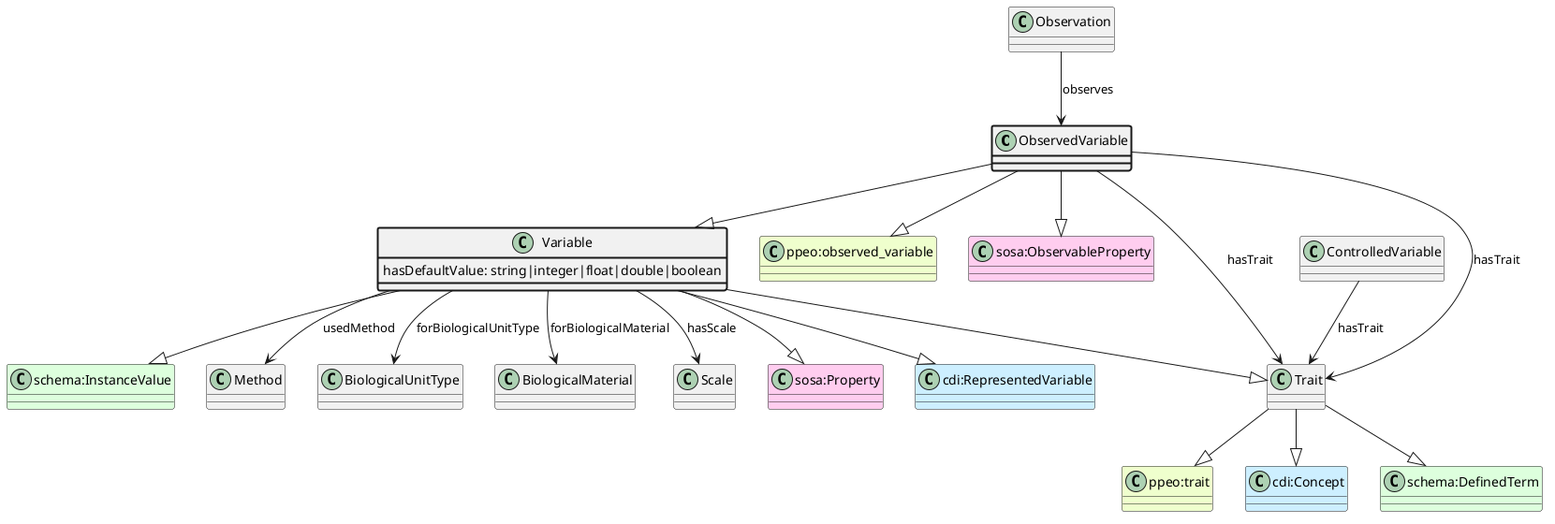
aus-plant-phenomics-network/appn-schema keeps this PlantUML diagram as ttl_uml/ttl_appn_ObservedVariable.png. Above is the earlier version.
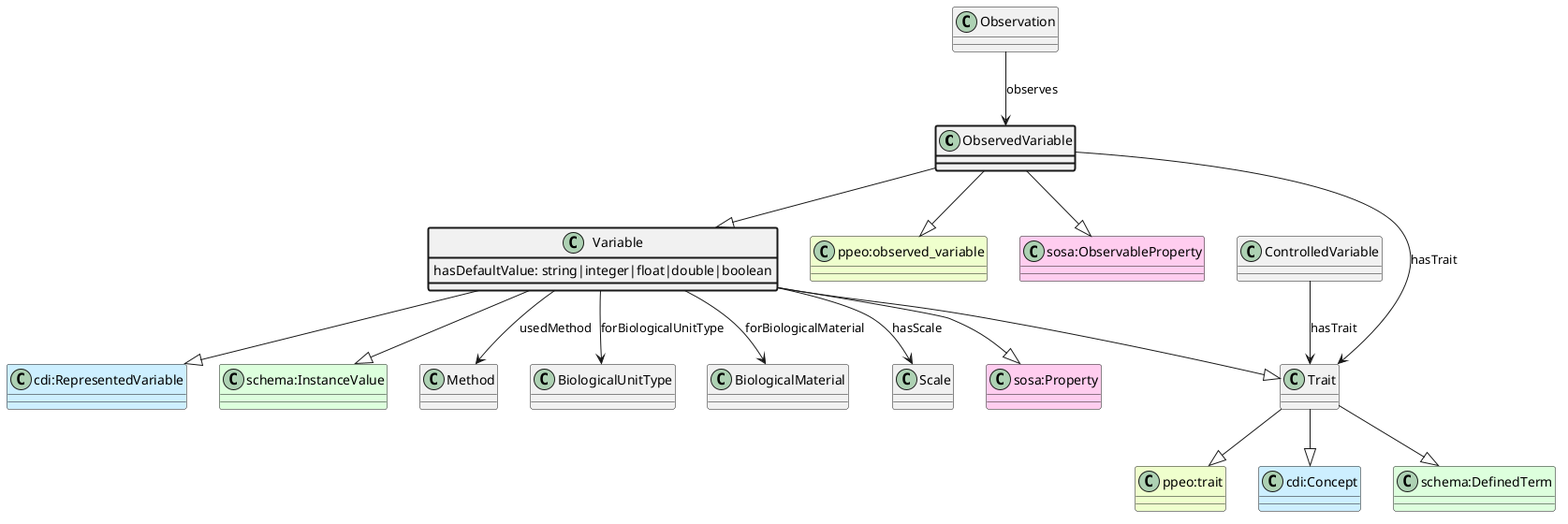
After the change.

Diff of the diagram source:
```diff
@@ -35,7 +35,6 @@
 Variable --> BiologicalMaterial : forBiologicalMaterial
 class Scale
 Variable --> Scale : hasScale
-ObservedVariable --> Trait : hasTrait
 class ControlledVariable
 ControlledVariable --> Trait : hasTrait
 @enduml
```
